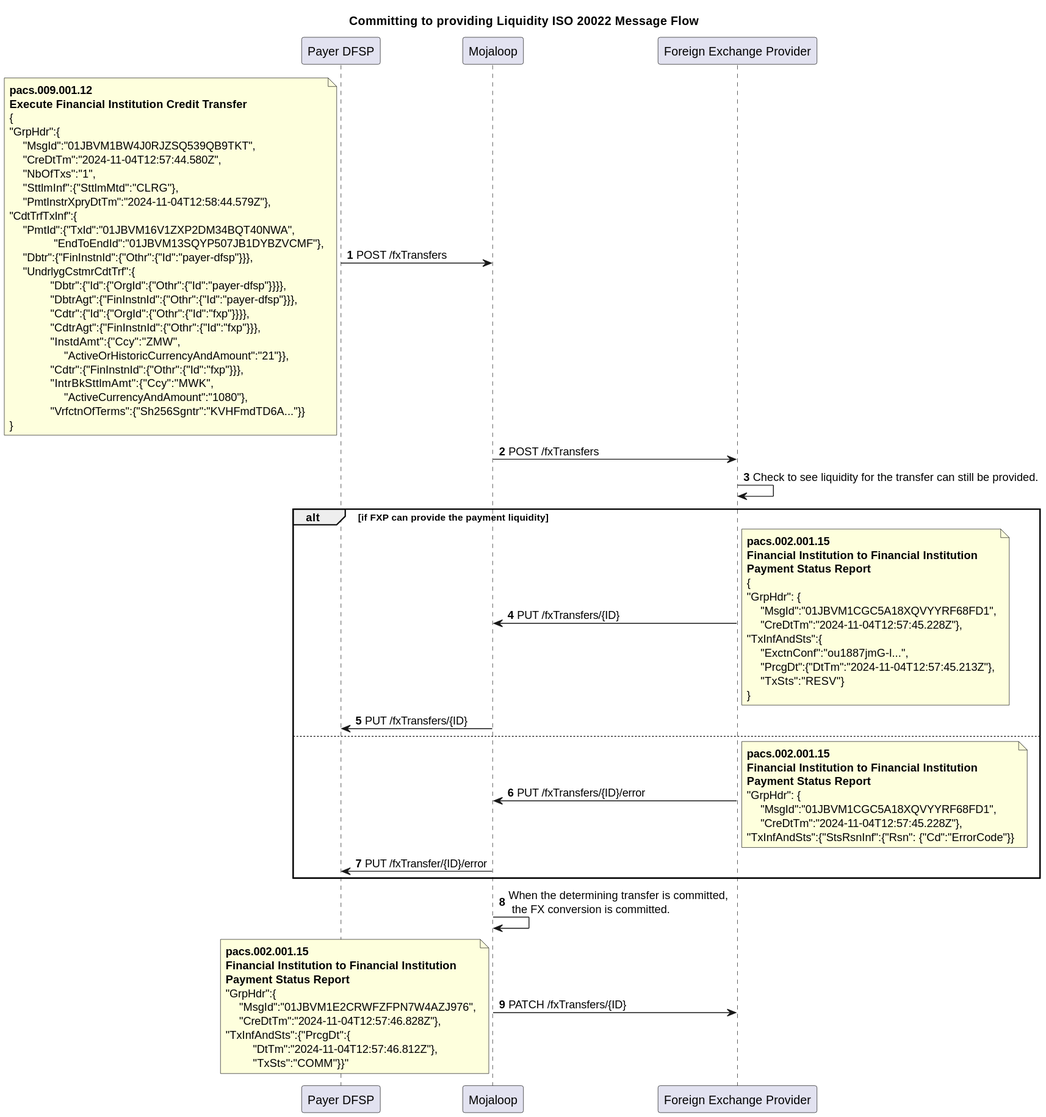
Before: Workstream documents/MarketPracticeDoc/SequenceDiagrams/ConversionTransfer.svg, a diagram exported from PlantUML (mojaloop/iso-20022-docs).
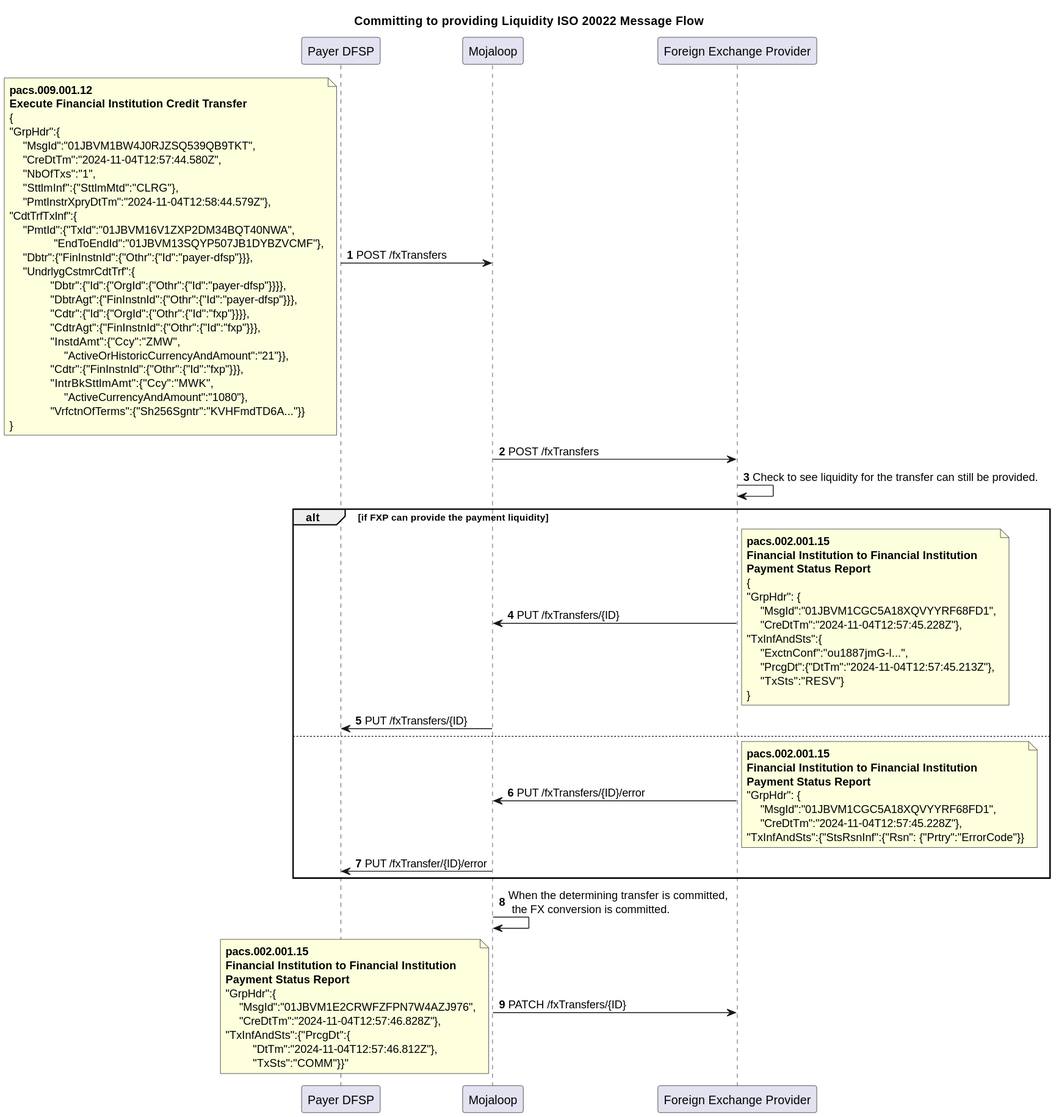
After the change.

Change to the diagram source:
```diff
@@ -1,5 +1,4 @@
 @startuml
-
 Title Committing to providing Liquidity ISO 20022 Message Flow
 participant PayerDFSP as "Payer DFSP"
 participant Mojaloop as "Mojaloop"
@@ -65,7 +64,7 @@
 "GrpHdr": {
     "MsgId":"01JBVM1CGC5A18XQVYYRF68FD1",
     "CreDtTm":"2024-11-04T12:57:45.228Z"},
-"TxInfAndSts":{"StsRsnInf":{"Rsn": {"Cd":"ErrorCode"}}
+"TxInfAndSts":{"StsRsnInf":{"Rsn": {"Prtry":"ErrorCode"}}
 end note
 Mojaloop -> PayerDFSP: PUT /fxTransfer/{ID}/error
 end
@@ -84,5 +83,4 @@
         "DtTm":"2024-11-04T12:57:46.812Z"},
         "TxSts":"COMM"}}"
 end note
-
 @enduml
```
